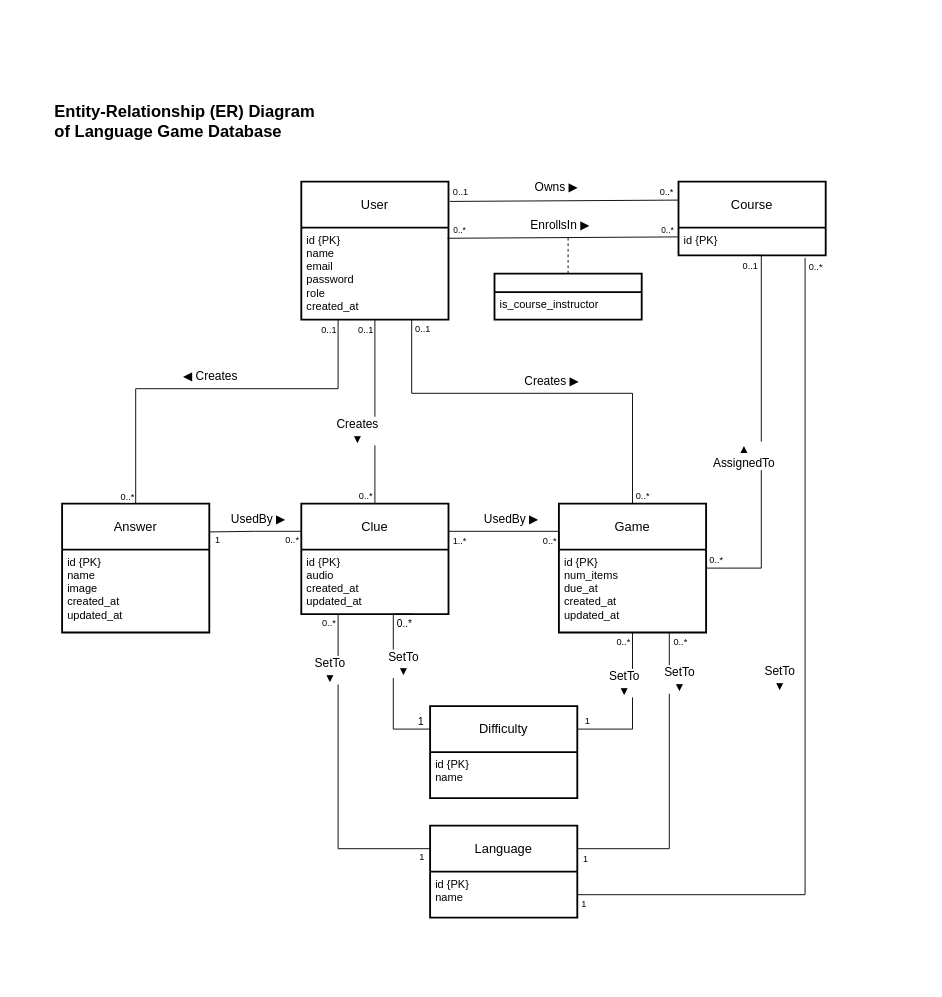
Earlier version of the draw.io diagram docs/system-design/db-design/ER-diagram.drawio (COSC-499-W2026/capstone-project-team-9). Source tidied: cells renumbered, new cells numbered last; positions are measured from the earlier drawing's top-left corner, leaving out a move shared by most shapes. Both pictures are drawn from the tidied source at 92%, with x=0, y=0 at pixel (16, 71).
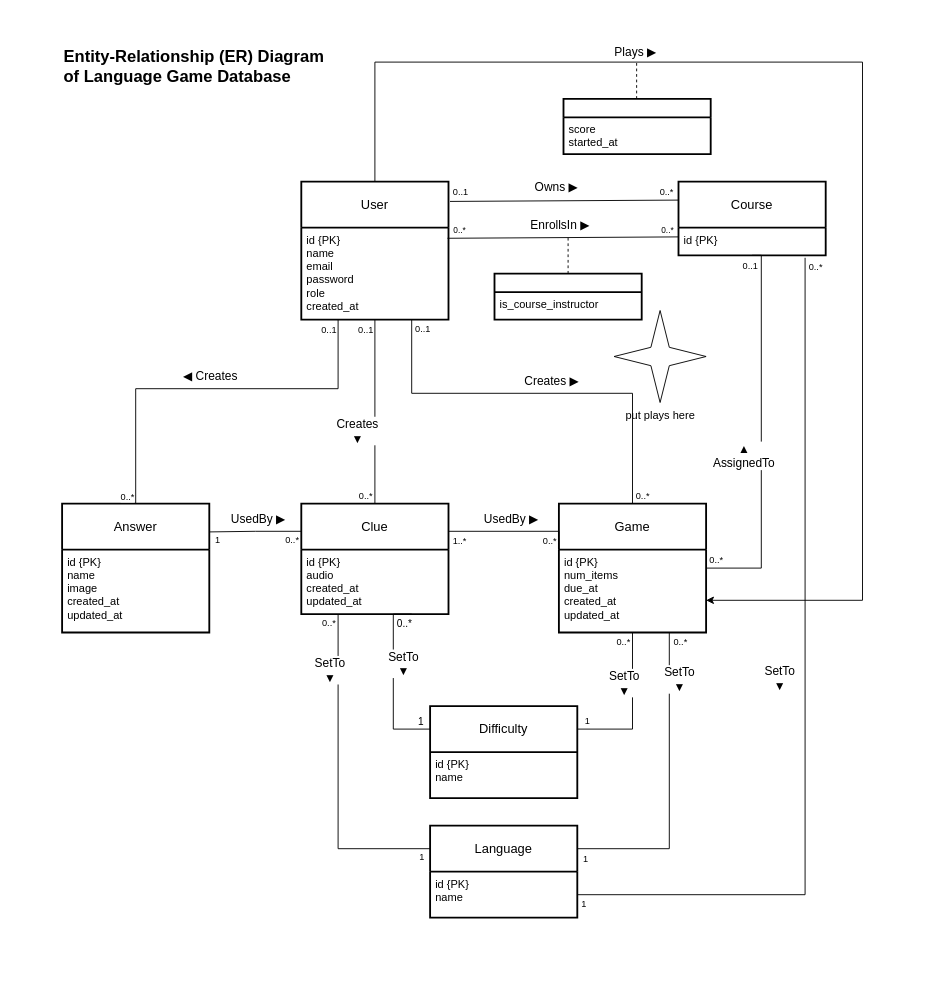
The same page after the edit.

Commit message:
Add 'Plays' relationship and its relationship attributes to ER Diagram

Unchanged cells that the change refers to:
```xml
<mxCell id="7" value="User" style="swimlane;horizontal=1;startSize=50;rounded=0;fontSize=14;fontStyle=0;strokeWidth=2;shadow=0;dashed=0;align=center;arcSize=4;whiteSpace=wrap;html=1;" parent="1" vertex="1">
  <mxGeometry x="310" y="120" width="160" height="150" as="geometry" />
</mxCell>
<mxCell id="19" value="Game" style="swimlane;horizontal=1;startSize=50;rounded=0;fontSize=14;fontStyle=0;strokeWidth=2;shadow=0;dashed=0;align=center;arcSize=4;whiteSpace=wrap;html=1;" parent="1" vertex="1">
  <mxGeometry x="590" y="470" width="160" height="140" as="geometry" />
</mxCell>
```

Diff of the diagram source:
```diff
@@
     <mxCell id="2" style="rounded=0;whiteSpace=wrap;html=1;fillColor=light-dark(#FFFFFF,#1A1A1A);strokeColor=none;" parent="1" vertex="1">
-      <mxGeometry width="990" height="990" as="geometry" />
+      <mxGeometry y="-60" width="990" height="1050" as="geometry" />
     </mxCell>
@@
+    <mxCell id="73" style="edgeStyle=orthogonalEdgeStyle;rounded=0;jettySize=auto;html=1;exitX=0.5;exitY=0;exitDx=0;exitDy=0;entryX=1;entryY=0.75;entryDx=0;entryDy=0;" parent="1" edge="1" source="7" target="19">
+      <mxGeometry x="0.21" relative="1" as="geometry">
+        <Array as="points">
+          <mxPoint x="390" y="-10" />
+          <mxPoint x="920" y="-10" />
+          <mxPoint x="920" y="575" />
+        </Array>
+      </mxGeometry>
+    </mxCell>
+    <mxCell id="74" value="Plays ▶" style="edgeLabel;html=1;align=center;verticalAlign=middle;fontSize=13;" parent="73" vertex="1">
+      <mxGeometry x="-0.53" y="1" relative="1" as="geometry">
+        <mxPoint x="79" y="-11" as="offset" />
+      </mxGeometry>
+    </mxCell>
@@
     <mxCell id="72" value="Entity-Relationship (ER) Diagram of Language Game Database" style="text;html=1;whiteSpace=wrap;strokeColor=none;fillColor=none;align=left;verticalAlign=middle;rounded=0;fontSize=18;fontStyle=1;" parent="1" vertex="1">
-      <mxGeometry x="40" y="40" width="290" height="30" as="geometry" />
+      <mxGeometry x="50" y="-20" width="290" height="30" as="geometry" />
     </mxCell>
+    <mxCell id="75" style="swimlane;horizontal=1;startSize=20;rounded=0;fontSize=14;fontStyle=0;strokeWidth=2;shadow=0;dashed=0;align=center;arcSize=4;whiteSpace=wrap;html=1;" parent="1" vertex="1">
+      <mxGeometry x="595" y="30" width="160" height="60" as="geometry" />
+    </mxCell>
+    <mxCell id="76" value="score&lt;div&gt;started_at&lt;/div&gt;" style="align=left;strokeColor=none;fillColor=none;spacingLeft=4;spacingRight=4;fontSize=12;verticalAlign=top;html=1;whiteSpace=wrap;rounded=0;" parent="75" vertex="1">
+      <mxGeometry y="20" width="160" height="40" as="geometry" />
+    </mxCell>
+    <mxCell id="77" style="edgeStyle=orthogonalEdgeStyle;rounded=0;orthogonalLoop=1;jettySize=auto;html=1;startArrow=none;startFill=0;endArrow=none;endFill=0;dashed=1;exitX=0.5;exitY=0;exitDx=0;exitDy=0;" parent="1" edge="1">
+      <mxGeometry relative="1" as="geometry">
+        <mxPoint x="674.5" y="30" as="sourcePoint" />
+        <mxPoint x="674.5" y="-10" as="targetPoint" />
+        <Array as="points">
+          <mxPoint x="674.5" y="-10" />
+        </Array>
+      </mxGeometry>
+    </mxCell>
+    <mxCell id="78" value="put plays here&lt;div&gt;&lt;br&gt;&lt;/div&gt;" style="verticalLabelPosition=bottom;verticalAlign=top;html=1;shape=mxgraph.basic.4_point_star_2;dx=0.8;" parent="1" vertex="1">
+      <mxGeometry x="650" y="260" width="100" height="100" as="geometry" />
+    </mxCell>
```
